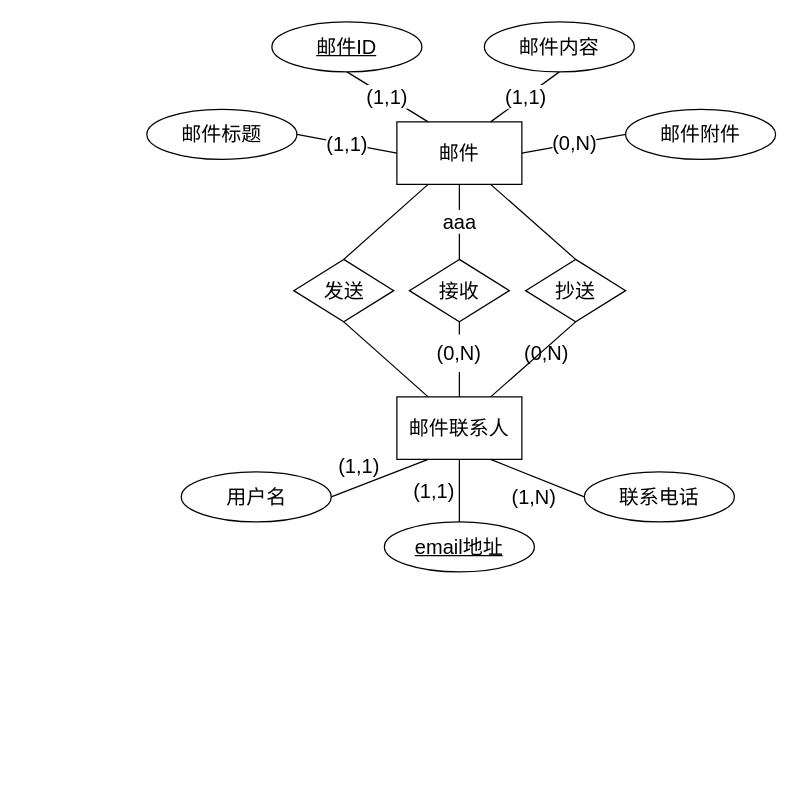
Kristoff-starling/ERDiagrams keeps this draw.io diagram as Untitled Diagram.drawio. Above is the earlier version. Source tidied: cells renumbered, new cells numbered last; positions are measured from the earlier drawing's top-left corner, leaving out a move shared by most shapes. Both pictures are drawn from the tidied source at 125%, with x=0, y=0 at pixel (146, 21).
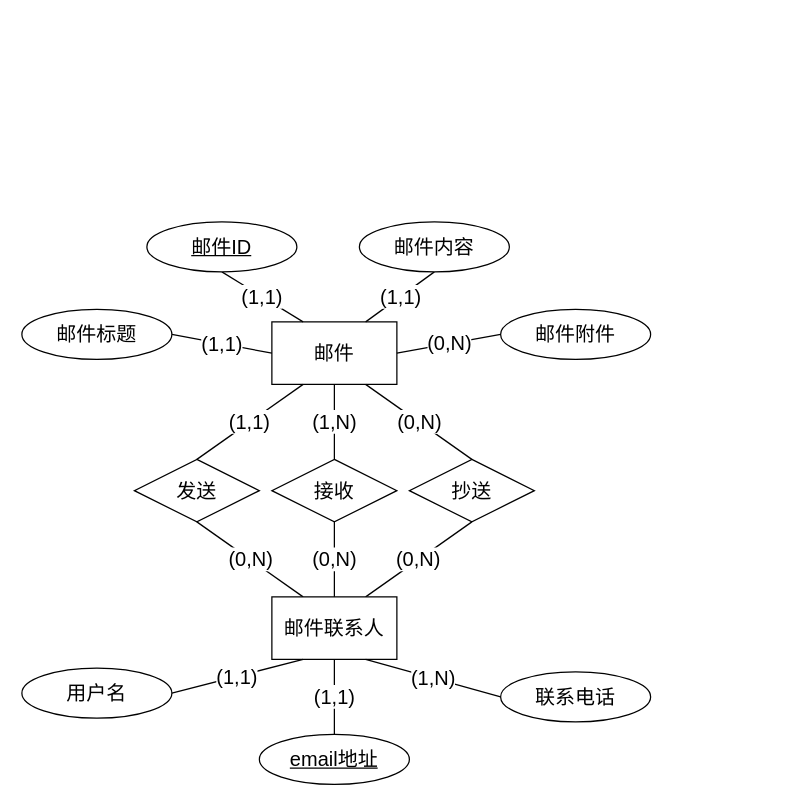
After the change.

The edit, as a diff of the source:
```diff
@@
-    <mxCell id="2" style="rounded=0;jettySize=auto;html=1;exitX=0.25;exitY=0;exitDx=0;exitDy=0;entryX=0.5;entryY=1;entryDx=0;entryDy=0;fontSize=16;endArrow=none;endFill=0;" parent="1" edge="1" source="5" target="25">
+    <mxCell id="2" value="(0,N)" style="rounded=0;jettySize=auto;html=1;exitX=0.25;exitY=0;exitDx=0;exitDy=0;entryX=0.5;entryY=1;entryDx=0;entryDy=0;fontSize=16;endArrow=none;endFill=0;" parent="1" edge="1" source="5" target="25">
       <mxGeometry relative="1" as="geometry" />
     </mxCell>
-    <mxCell id="3" style="edgeStyle=none;shape=connector;rounded=0;jettySize=auto;html=1;exitX=0.5;exitY=0;exitDx=0;exitDy=0;entryX=0.5;entryY=1;entryDx=0;entryDy=0;labelBackgroundColor=default;strokeColor=default;fontFamily=Helvetica;fontSize=16;fontColor=default;endArrow=none;endFill=0;startArrow=none;" parent="1" edge="1" source="31" target="27">
-      <mxGeometry relative="1" as="geometry" />
-    </mxCell>
-    <mxCell id="4" style="edgeStyle=none;shape=connector;rounded=0;jettySize=auto;html=1;exitX=0.75;exitY=0;exitDx=0;exitDy=0;entryX=0.5;entryY=1;entryDx=0;entryDy=0;labelBackgroundColor=default;strokeColor=default;fontFamily=Helvetica;fontSize=16;fontColor=default;endArrow=none;endFill=0;" parent="1" edge="1" source="5" target="29">
+    <mxCell id="4" value="(0,N)" style="edgeStyle=none;shape=connector;rounded=0;jettySize=auto;html=1;exitX=0.75;exitY=0;exitDx=0;exitDy=0;entryX=0.5;entryY=1;entryDx=0;entryDy=0;labelBackgroundColor=default;strokeColor=default;fontFamily=Helvetica;fontSize=16;fontColor=default;endArrow=none;endFill=0;" parent="1" edge="1" source="5" target="29">
       <mxGeometry relative="1" as="geometry" />
     </mxCell>
+    <mxCell id="33" value="(0,N)" style="edgeStyle=none;shape=connector;rounded=0;jettySize=auto;html=1;exitX=0.5;exitY=0;exitDx=0;exitDy=0;entryX=0.5;entryY=1;entryDx=0;entryDy=0;labelBackgroundColor=default;strokeColor=default;fontFamily=Helvetica;fontSize=16;fontColor=default;endArrow=none;endFill=0;" parent="1" edge="1" source="5" target="27">
+      <mxGeometry relative="1" as="geometry" />
+    </mxCell>
     <mxCell id="5" value="&lt;font style=&quot;font-size: 16px;&quot;&gt;邮件联系人&lt;/font&gt;" style="rounded=0;whiteSpace=wrap;html=1;" parent="1" vertex="1">
-      <mxGeometry x="200" y="300" width="100" height="50" as="geometry" />
+      <mxGeometry x="100" y="460" width="100" height="50" as="geometry" />
     </mxCell>
-    <mxCell id="6" style="edgeStyle=none;rounded=0;jettySize=auto;html=1;exitX=1;exitY=0.5;exitDx=0;exitDy=0;entryX=0.25;entryY=1;entryDx=0;entryDy=0;strokeColor=default;fontSize=16;endArrow=none;endFill=0;fillColor=none;" parent="1" edge="1" source="7" target="5">
+    <mxCell id="6" value="(1,1)" style="edgeStyle=none;rounded=0;jettySize=auto;html=1;exitX=1;exitY=0.5;exitDx=0;exitDy=0;entryX=0.25;entryY=1;entryDx=0;entryDy=0;strokeColor=default;fontSize=16;endArrow=none;endFill=0;fillColor=none;" parent="1" edge="1" source="7" target="5">
       <mxGeometry relative="1" as="geometry" />
     </mxCell>
     <mxCell id="7" value="用户名" style="ellipse;whiteSpace=wrap;html=1;fontSize=16;" parent="1" vertex="1">
-      <mxGeometry x="27.5" y="360" width="120" height="40" as="geometry" />
+      <mxGeometry x="-100" y="517" width="120" height="40" as="geometry" />
     </mxCell>
-    <mxCell id="8" style="edgeStyle=none;rounded=0;jettySize=auto;html=1;exitX=0.5;exitY=0;exitDx=0;exitDy=0;entryX=0.5;entryY=1;entryDx=0;entryDy=0;strokeColor=default;fontSize=16;endArrow=none;endFill=0;fillColor=none;" parent="1" edge="1" source="9" target="5">
+    <mxCell id="8" value="(1,1)" style="edgeStyle=none;rounded=0;jettySize=auto;html=1;exitX=0.5;exitY=0;exitDx=0;exitDy=0;entryX=0.5;entryY=1;entryDx=0;entryDy=0;strokeColor=default;fontSize=16;endArrow=none;endFill=0;fillColor=none;" parent="1" edge="1" source="9" target="5">
       <mxGeometry relative="1" as="geometry" />
     </mxCell>
     <mxCell id="9" value="&lt;u&gt;email地址&lt;/u&gt;" style="ellipse;whiteSpace=wrap;html=1;fontSize=16;" parent="1" vertex="1">
-      <mxGeometry x="190" y="400" width="120" height="40" as="geometry" />
+      <mxGeometry x="90" y="570" width="120" height="40" as="geometry" />
     </mxCell>
-    <mxCell id="10" style="edgeStyle=none;rounded=0;jettySize=auto;html=1;exitX=0;exitY=0.5;exitDx=0;exitDy=0;entryX=0.75;entryY=1;entryDx=0;entryDy=0;strokeColor=default;fontSize=16;endArrow=none;endFill=0;fillColor=none;" parent="1" edge="1" source="11" target="5">
+    <mxCell id="10" value="(1,N)" style="edgeStyle=none;rounded=0;jettySize=auto;html=1;exitX=0;exitY=0.5;exitDx=0;exitDy=0;entryX=0.75;entryY=1;entryDx=0;entryDy=0;strokeColor=default;fontSize=16;endArrow=none;endFill=0;fillColor=none;" parent="1" edge="1" source="11" target="5">
       <mxGeometry relative="1" as="geometry" />
     </mxCell>
     <mxCell id="11" value="联系电话" style="ellipse;whiteSpace=wrap;html=1;fontSize=16;" parent="1" vertex="1">
-      <mxGeometry x="350" y="360" width="120" height="40" as="geometry" />
+      <mxGeometry x="283" y="520" width="120" height="40" as="geometry" />
     </mxCell>
     <mxCell id="12" value="邮件" style="rounded=0;whiteSpace=wrap;html=1;fontSize=16;" parent="1" vertex="1">
-      <mxGeometry x="200" y="80" width="100" height="50" as="geometry" />
+      <mxGeometry x="100" y="240" width="100" height="50" as="geometry" />
     </mxCell>
@@
     <mxCell id="14" value="邮件标题" style="ellipse;whiteSpace=wrap;html=1;fontSize=16;" parent="1" vertex="1">
-      <mxGeometry y="70" width="120" height="40" as="geometry" />
+      <mxGeometry x="-100" y="230" width="120" height="40" as="geometry" />
     </mxCell>
@@
     <mxCell id="16" value="&lt;u&gt;邮件ID&lt;/u&gt;" style="ellipse;whiteSpace=wrap;html=1;fontSize=16;" parent="1" vertex="1">
-      <mxGeometry x="100" width="120" height="40" as="geometry" />
+      <mxGeometry y="160" width="120" height="40" as="geometry" />
     </mxCell>
@@
     <mxCell id="18" value="邮件内容" style="ellipse;whiteSpace=wrap;html=1;fontSize=16;" parent="1" vertex="1">
-      <mxGeometry x="270" width="120" height="40" as="geometry" />
+      <mxGeometry x="170" y="160" width="120" height="40" as="geometry" />
     </mxCell>
@@
     <mxCell id="20" value="邮件附件" style="ellipse;whiteSpace=wrap;html=1;fontSize=16;" parent="1" vertex="1">
-      <mxGeometry x="383" y="70" width="120" height="40" as="geometry" />
+      <mxGeometry x="283" y="230" width="120" height="40" as="geometry" />
     </mxCell>
-    <mxCell id="21" value="(1,1)" style="text;html=1;strokeColor=none;fillColor=none;align=center;verticalAlign=middle;whiteSpace=wrap;rounded=0;fontSize=16;" parent="1" vertex="1">
-      <mxGeometry x="140" y="340" width="60" height="30" as="geometry" />
-    </mxCell>
-    <mxCell id="22" value="(1,1)" style="text;html=1;strokeColor=none;fillColor=none;align=center;verticalAlign=middle;whiteSpace=wrap;rounded=0;fontSize=16;" parent="1" vertex="1">
-      <mxGeometry x="200" y="360" width="60" height="30" as="geometry" />
-    </mxCell>
-    <mxCell id="23" value="(1,N)" style="text;html=1;strokeColor=none;fillColor=none;align=center;verticalAlign=middle;whiteSpace=wrap;rounded=0;fontSize=16;" parent="1" vertex="1">
-      <mxGeometry x="280" y="365" width="60" height="30" as="geometry" />
-    </mxCell>
-    <mxCell id="24" style="edgeStyle=none;shape=connector;rounded=0;jettySize=auto;html=1;exitX=0.5;exitY=0;exitDx=0;exitDy=0;entryX=0.25;entryY=1;entryDx=0;entryDy=0;labelBackgroundColor=default;strokeColor=default;fontFamily=Helvetica;fontSize=16;fontColor=default;endArrow=none;endFill=0;" parent="1" edge="1" source="25" target="12">
+    <mxCell id="24" value="(1,1)" style="edgeStyle=none;shape=connector;rounded=0;jettySize=auto;html=1;exitX=0.5;exitY=0;exitDx=0;exitDy=0;entryX=0.25;entryY=1;entryDx=0;entryDy=0;labelBackgroundColor=default;strokeColor=default;fontFamily=Helvetica;fontSize=16;fontColor=default;endArrow=none;endFill=0;" parent="1" edge="1" source="25" target="12">
       <mxGeometry relative="1" as="geometry" />
     </mxCell>
     <mxCell id="25" value="&lt;font style=&quot;font-size: 16px;&quot;&gt;发送&lt;/font&gt;" style="rhombus;whiteSpace=wrap;html=1;" parent="1" vertex="1">
-      <mxGeometry x="117.5" y="190" width="80" height="50" as="geometry" />
+      <mxGeometry x="-10" y="350" width="100" height="50" as="geometry" />
     </mxCell>
-    <mxCell id="26" value="aaa" style="edgeStyle=none;shape=connector;rounded=0;jettySize=auto;html=1;exitX=0.5;exitY=0;exitDx=0;exitDy=0;entryX=0.5;entryY=1;entryDx=0;entryDy=0;labelBackgroundColor=default;strokeColor=default;fontFamily=Helvetica;fontSize=16;fontColor=default;endArrow=none;endFill=0;" parent="1" edge="1" source="27" target="12">
+    <mxCell id="26" value="(1,N)" style="edgeStyle=none;shape=connector;rounded=0;jettySize=auto;html=1;exitX=0.5;exitY=0;exitDx=0;exitDy=0;entryX=0.5;entryY=1;entryDx=0;entryDy=0;labelBackgroundColor=default;strokeColor=default;fontFamily=Helvetica;fontSize=16;fontColor=default;endArrow=none;endFill=0;" parent="1" edge="1" source="27" target="12">
       <mxGeometry relative="1" as="geometry" />
     </mxCell>
     <mxCell id="27" value="&lt;span style=&quot;font-size: 16px;&quot;&gt;接收&lt;/span&gt;" style="rhombus;whiteSpace=wrap;html=1;" parent="1" vertex="1">
-      <mxGeometry x="210" y="190" width="80" height="50" as="geometry" />
+      <mxGeometry x="100" y="350" width="100" height="50" as="geometry" />
     </mxCell>
-    <mxCell id="28" style="edgeStyle=none;shape=connector;rounded=0;jettySize=auto;html=1;exitX=0.5;exitY=0;exitDx=0;exitDy=0;entryX=0.75;entryY=1;entryDx=0;entryDy=0;labelBackgroundColor=default;strokeColor=default;fontFamily=Helvetica;fontSize=16;fontColor=default;endArrow=none;endFill=0;" parent="1" edge="1" source="29" target="12">
+    <mxCell id="28" value="(0,N)" style="edgeStyle=none;shape=connector;rounded=0;jettySize=auto;html=1;exitX=0.5;exitY=0;exitDx=0;exitDy=0;entryX=0.75;entryY=1;entryDx=0;entryDy=0;labelBackgroundColor=default;strokeColor=default;fontFamily=Helvetica;fontSize=16;fontColor=default;endArrow=none;endFill=0;" parent="1" edge="1" source="29" target="12">
       <mxGeometry relative="1" as="geometry" />
     </mxCell>
     <mxCell id="29" value="&lt;span style=&quot;font-size: 16px;&quot;&gt;抄送&lt;/span&gt;" style="rhombus;whiteSpace=wrap;html=1;" parent="1" vertex="1">
-      <mxGeometry x="303" y="190" width="80" height="50" as="geometry" />
+      <mxGeometry x="210" y="350" width="100" height="50" as="geometry" />
     </mxCell>
-    <mxCell id="30" value="(0,N)" style="text;html=1;strokeColor=none;fillColor=none;align=center;verticalAlign=middle;whiteSpace=wrap;rounded=0;fontSize=16;" parent="1" vertex="1">
-      <mxGeometry x="290" y="250" width="60" height="30" as="geometry" />
-    </mxCell>
-    <mxCell id="31" value="(0,N)" style="text;html=1;strokeColor=none;fillColor=none;align=center;verticalAlign=middle;whiteSpace=wrap;rounded=0;fontSize=16;" parent="1" vertex="1">
-      <mxGeometry x="220" y="250" width="60" height="30" as="geometry" />
-    </mxCell>
-    <mxCell id="32" style="edgeStyle=none;shape=connector;rounded=0;jettySize=auto;html=1;exitX=0.5;exitY=0;exitDx=0;exitDy=0;entryX=0.5;entryY=1;entryDx=0;entryDy=0;labelBackgroundColor=default;strokeColor=default;fontFamily=Helvetica;fontSize=16;fontColor=default;endArrow=none;endFill=0;" parent="1" edge="1" source="5" target="31">
-      <mxGeometry relative="1" as="geometry" />
-    </mxCell>
```
